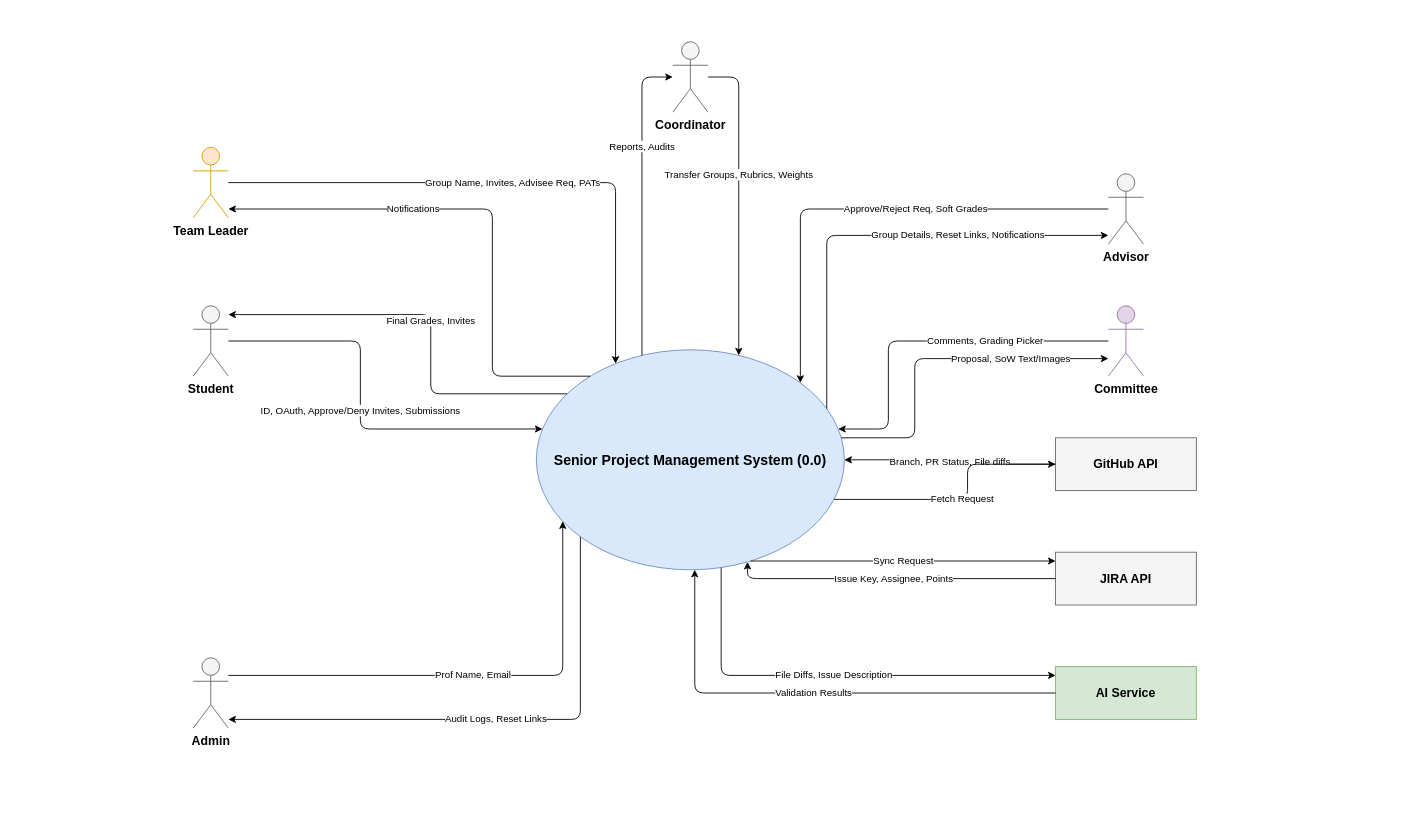
Above: page "Level 0 - Context Diagram" (1 of 2) of docs/dfd_senior_project.drawio in SE3318-Spring-2025-2026/senior-app-1 (draw.io), before the change. Source tidied: cells renumbered, new cells numbered last; positions are measured from the earlier drawing's top-left corner, leaving out a move shared by most shapes. Both pictures are drawn from the tidied source at 88%, with x=0, y=0 at pixel (193, 41).
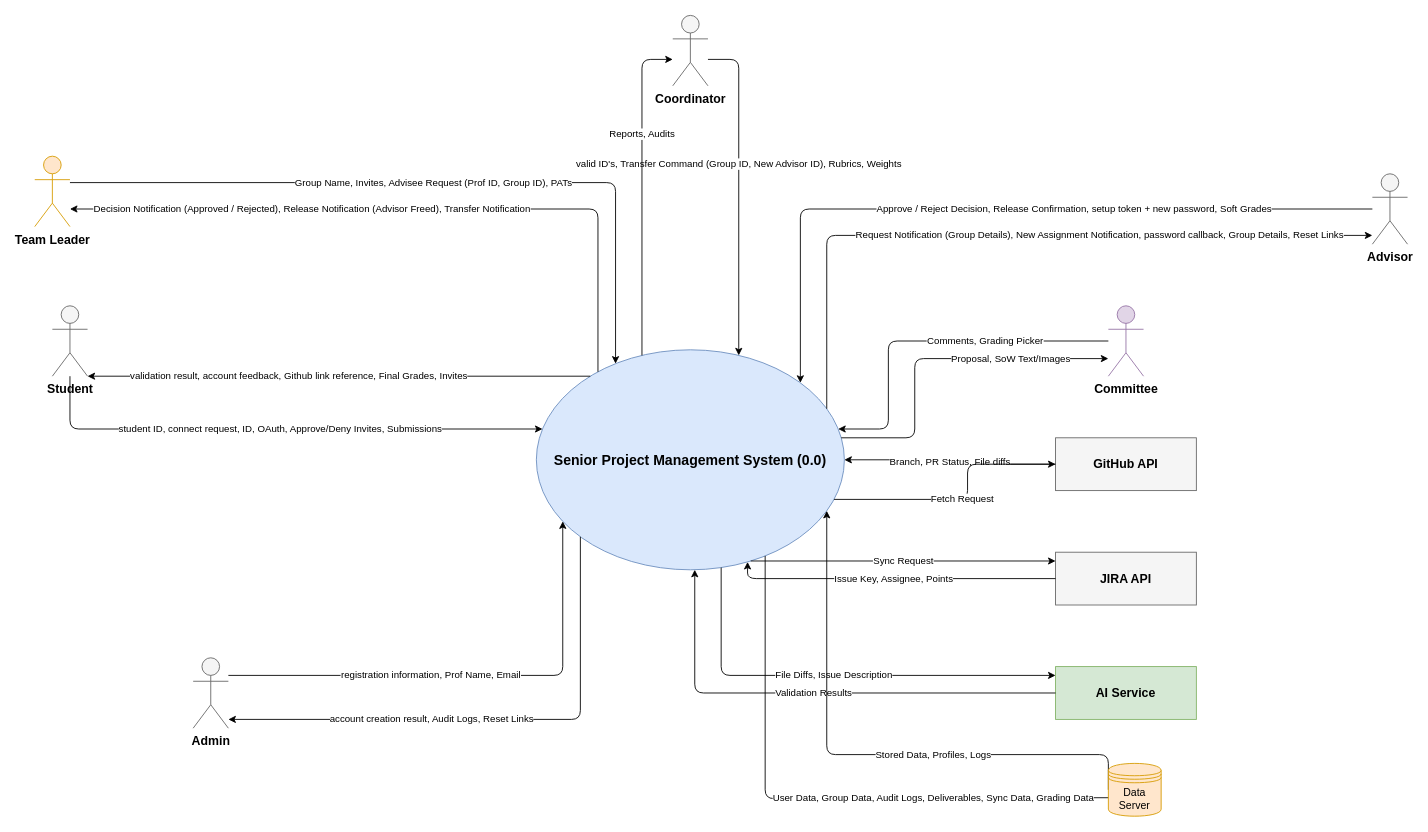
The same diagram, later.

Commit message (it also covers changes not shown here):
Refine DFD diagrams: correct registration terminology, update process labels, and enhance data flow details for user registration and senior project context/overview

The change refers to these unchanged cells:
```xml
<mxCell id="2" value="Senior Project Management System (0.0)" style="ellipse;whiteSpace=wrap;html=1;fillColor=#dae8fc;strokeColor=#6c8ebf;fontSize=16;fontStyle=1;" parent="1" vertex="1">
  <mxGeometry x="390" y="350" width="350" height="250" as="geometry" />
</mxCell>
<mxCell id="5" value="Admin" style="shape=umlActor;verticalLabelPosition=bottom;verticalAlign=top;html=1;outlineConnect=0;fillColor=#f5f5f5;strokeColor=#666666;fontSize=14;fontStyle=1;" parent="1" vertex="1">
  <mxGeometry y="700" width="40" height="80" as="geometry" />
</mxCell>
```

What changed in the source:
```diff
@@
     <mxCell id="3" value="Student" style="shape=umlActor;verticalLabelPosition=bottom;verticalAlign=top;html=1;outlineConnect=0;fillColor=#f5f5f5;strokeColor=#666666;fontSize=14;fontStyle=1;" parent="1" vertex="1">
-      <mxGeometry y="300" width="40" height="80" as="geometry" />
+      <mxGeometry x="-160" y="300" width="40" height="80" as="geometry" />
     </mxCell>
     <mxCell id="4" value="Team Leader" style="shape=umlActor;verticalLabelPosition=bottom;verticalAlign=top;html=1;outlineConnect=0;fillColor=#ffe6cc;strokeColor=#d79b00;fontSize=14;fontStyle=1;" parent="1" vertex="1">
-      <mxGeometry y="120" width="40" height="80" as="geometry" />
+      <mxGeometry x="-180" y="130" width="40" height="80" as="geometry" />
     </mxCell>
@@
     <mxCell id="6" value="Advisor" style="shape=umlActor;verticalLabelPosition=bottom;verticalAlign=top;html=1;outlineConnect=0;fillColor=#f5f5f5;strokeColor=#666666;fontSize=14;fontStyle=1;" parent="1" vertex="1">
-      <mxGeometry x="1040" y="150" width="40" height="80" as="geometry" />
+      <mxGeometry x="1340" y="150" width="40" height="80" as="geometry" />
     </mxCell>
     <mxCell id="7" value="Coordinator" style="shape=umlActor;verticalLabelPosition=bottom;verticalAlign=top;html=1;outlineConnect=0;fillColor=#f5f5f5;strokeColor=#666666;fontSize=14;fontStyle=1;" parent="1" vertex="1">
-      <mxGeometry x="545" width="40" height="80" as="geometry" />
+      <mxGeometry x="545" y="-30" width="40" height="80" as="geometry" />
     </mxCell>
@@
-    <mxCell id="12" value="ID, OAuth, Approve/Deny Invites, Submissions" style="edgeStyle=orthogonalEdgeStyle;rounded=1;html=1;fontSize=11;" parent="1" edge="1" source="3" target="2">
+    <mxCell id="12" value="student ID, connect request, ID, OAuth, Approve/Deny Invites, Submissions" style="edgeStyle=orthogonalEdgeStyle;rounded=1;html=1;fontSize=11;" parent="1" edge="1" source="3" target="2">
       <mxGeometry relative="1" as="geometry">
         <Array as="points">
-          <mxPoint x="190" y="340" />
-          <mxPoint x="190" y="440" />
+          <mxPoint x="-140" y="440" />
         </Array>
       </mxGeometry>
     </mxCell>
-    <mxCell id="13" value="Final Grades, Invites" style="edgeStyle=orthogonalEdgeStyle;rounded=1;html=1;fontSize=11;" parent="1" edge="1" source="2" target="3">
-      <mxGeometry relative="1" as="geometry">
+    <mxCell id="13" value="validation result, account feedback, Github link reference, Final Grades, Invites" style="edgeStyle=orthogonalEdgeStyle;rounded=1;html=1;fontSize=11;" parent="1" edge="1" source="2" target="3">
+      <mxGeometry x="0.16" relative="1" as="geometry">
         <Array as="points">
-          <mxPoint x="270" y="400" />
-          <mxPoint x="270" y="310" />
+          <mxPoint x="140" y="380" />
+          <mxPoint x="140" y="380" />
         </Array>
       </mxGeometry>
     </mxCell>
-    <mxCell id="14" value="Group Name, Invites, Advisee Req, PATs" style="edgeStyle=orthogonalEdgeStyle;rounded=1;html=1;fontSize=11;" parent="1" edge="1" source="4" target="2">
+    <mxCell id="14" value="Group Name, Invites, Advisee Request (Prof ID, Group ID), PATs" style="edgeStyle=orthogonalEdgeStyle;rounded=1;html=1;fontSize=11;" parent="1" edge="1" source="4" target="2">
       <mxGeometry relative="1" as="geometry">
         <Array as="points">
           <mxPoint x="480" y="160" />
         </Array>
       </mxGeometry>
     </mxCell>
-    <mxCell id="15" value="Notifications" style="edgeStyle=orthogonalEdgeStyle;rounded=1;html=1;fontSize=11;" parent="1" edge="1" source="2" target="4">
+    <mxCell id="15" value="Decision Notification (Approved / Rejected), Release Notification (Advisor Freed), Transfer Notification" style="edgeStyle=orthogonalEdgeStyle;rounded=1;html=1;fontSize=11;" parent="1" edge="1" source="2" target="4">
       <mxGeometry x="0.3" relative="1" as="geometry">
         <Array as="points">
-          <mxPoint x="340" y="380" />
-          <mxPoint x="340" y="190" />
+          <mxPoint x="460" y="190" />
         </Array>
       </mxGeometry>
     </mxCell>
-    <mxCell id="16" value="Prof Name, Email" style="edgeStyle=orthogonalEdgeStyle;rounded=1;html=1;fontSize=11;" parent="1" edge="1" source="5" target="2">
-      <mxGeometry relative="1" as="geometry">
+    <mxCell id="16" value="registration information, Prof Name, Email" style="edgeStyle=orthogonalEdgeStyle;rounded=1;html=1;fontSize=11;" parent="1" edge="1" source="5" target="2">
+      <mxGeometry x="-0.17" relative="1" as="geometry">
         <Array as="points">
           <mxPoint x="420" y="720" />
         </Array>
       </mxGeometry>
     </mxCell>
-    <mxCell id="17" value="Audit Logs, Reset Links" style="edgeStyle=orthogonalEdgeStyle;rounded=1;html=1;fontSize=11;" parent="1" edge="1" source="2" target="5">
-      <mxGeometry relative="1" as="geometry">
+    <mxCell id="17" value="account creation result, Audit Logs, Reset Links" style="edgeStyle=orthogonalEdgeStyle;rounded=1;html=1;fontSize=11;" parent="1" edge="1" source="2" target="5">
+      <mxGeometry x="0.24" relative="1" as="geometry">
         <Array as="points">
           <mxPoint x="440" y="770" />
         </Array>
       </mxGeometry>
     </mxCell>
-    <mxCell id="18" value="Approve/Reject Req, Soft Grades" style="edgeStyle=orthogonalEdgeStyle;rounded=1;html=1;fontSize=11;" parent="1" edge="1" source="6" target="2">
+    <mxCell id="18" value="Approve / Reject Decision, Release Confirmation, setup token + new password, Soft Grades" style="edgeStyle=orthogonalEdgeStyle;rounded=1;html=1;fontSize=11;" parent="1" edge="1" source="6" target="2">
       <mxGeometry x="-0.2" relative="1" as="geometry">
         <Array as="points">
           <mxPoint x="690" y="190" />
         </Array>
       </mxGeometry>
     </mxCell>
-    <mxCell id="19" value="Group Details, Reset Links, Notifications" style="edgeStyle=orthogonalEdgeStyle;rounded=1;html=1;fontSize=11;" parent="1" edge="1" source="2" target="6">
-      <mxGeometry x="0.34" relative="1" as="geometry">
+    <mxCell id="19" value="Request Notification (Group Details), New Assignment Notification, password callback, Group Details, Reset Links" style="edgeStyle=orthogonalEdgeStyle;rounded=1;html=1;fontSize=11;" parent="1" edge="1" source="2" target="6">
+      <mxGeometry x="0.24" relative="1" as="geometry">
         <Array as="points">
           <mxPoint x="720" y="220" />
         </Array>
       </mxGeometry>
     </mxCell>
-    <mxCell id="20" value="Transfer Groups, Rubrics, Weights" style="edgeStyle=orthogonalEdgeStyle;rounded=1;html=1;fontSize=11;" parent="1" edge="1" source="7" target="2">
+    <mxCell id="20" value="valid ID's, Transfer Command (Group ID, New Advisor ID), Rubrics, Weights" style="edgeStyle=orthogonalEdgeStyle;rounded=1;html=1;fontSize=11;" parent="1" edge="1" source="7" target="2">
       <mxGeometry x="-0.17" relative="1" as="geometry">
         <Array as="points">
-          <mxPoint x="620" y="40" />
+          <mxPoint x="620" y="20" />
         </Array>
       </mxGeometry>
     </mxCell>
     <mxCell id="21" value="Reports, Audits" style="edgeStyle=orthogonalEdgeStyle;rounded=1;html=1;fontSize=11;" parent="1" edge="1" source="2" target="7">
       <mxGeometry x="0.35" relative="1" as="geometry">
         <Array as="points">
-          <mxPoint x="510" y="40" />
+          <mxPoint x="510" y="20" />
         </Array>
       </mxGeometry>
     </mxCell>
@@
+    <mxCell id="30" value="User Data, Group Data, Audit Logs, Deliverables, Sync Data, Grading Data" style="edgeStyle=orthogonalEdgeStyle;rounded=1;html=1;fontSize=11;entryX=0.332;entryY=0.65;entryDx=0;entryDy=0;entryPerimeter=0;" parent="1" edge="1" source="2" target="32">
+      <mxGeometry x="0.36" y="1" relative="1" as="geometry">
+        <Array as="points">
+          <mxPoint x="650" y="860" />
+          <mxPoint x="980" y="860" />
+        </Array>
+      </mxGeometry>
+    </mxCell>
+    <mxCell id="31" value="Stored Data, Profiles, Logs" style="edgeStyle=orthogonalEdgeStyle;rounded=1;html=1;fontSize=11;exitX=0;exitY=0.5;exitDx=0;exitDy=0;" parent="1" edge="1" source="32" target="2">
+      <mxGeometry x="-0.25" relative="1" as="geometry">
+        <Array as="points">
+          <mxPoint x="1040" y="810" />
+          <mxPoint x="720" y="810" />
+        </Array>
+      </mxGeometry>
+    </mxCell>
+    <mxCell id="32" value="Data Server" style="shape=datastore;whiteSpace=wrap;html=1;fillColor=#ffe6cc;strokeColor=#d79b00;" parent="1" vertex="1">
+      <mxGeometry x="1040" y="820" width="60" height="60" as="geometry" />
+    </mxCell>
```
